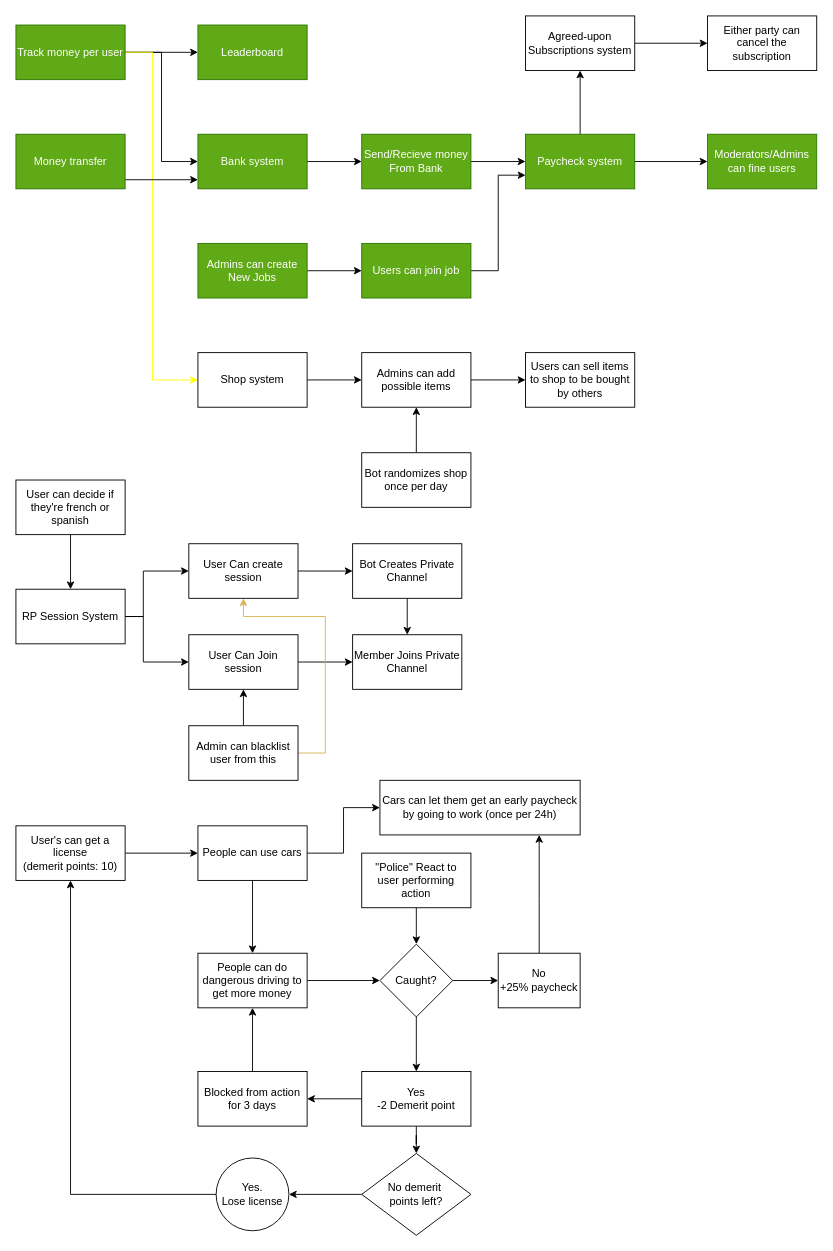
Before: documentation/roadmap.drawio in Ames-hub/Metrobot, a draw.io diagram. Source tidied: cells renumbered, new cells numbered last; positions are measured from the earlier drawing's top-left corner, leaving out a move shared by most shapes. Both pictures are drawn from the tidied source at 91%, with x=0, y=0 at pixel (15, 15).
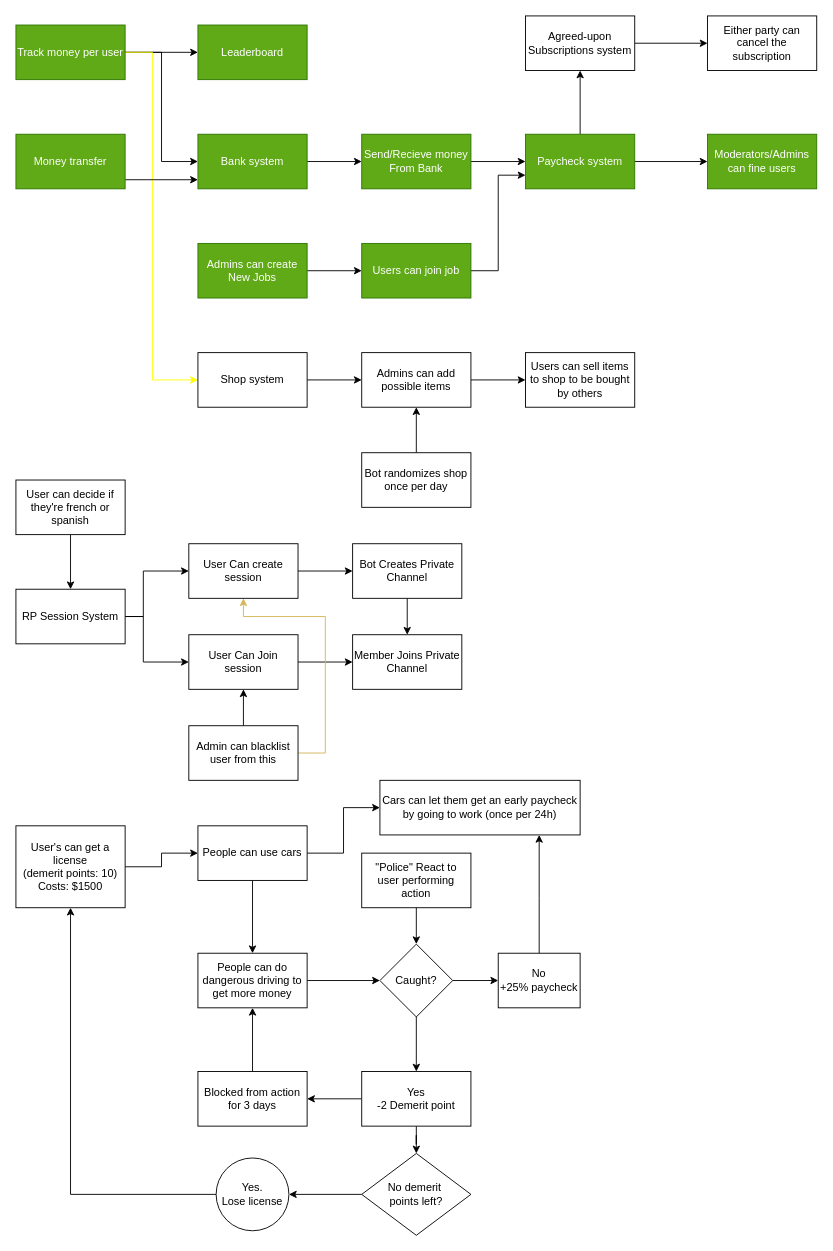
Above is the later version.

Change to the diagram source:
```diff
@@
-    <mxCell id="47" value="User's can get a license&lt;div&gt;(demerit points: 10)&lt;/div&gt;" style="rounded=0;whiteSpace=wrap;html=1;" parent="1" vertex="1">
-      <mxGeometry y="890" width="120" height="60" as="geometry" />
+    <mxCell id="47" value="User's can get a license&lt;div&gt;(demerit points: 10)&lt;/div&gt;&lt;div&gt;Costs: $1500&lt;/div&gt;" style="rounded=0;whiteSpace=wrap;html=1;" parent="1" vertex="1">
+      <mxGeometry y="890" width="120" height="90" as="geometry" />
     </mxCell>
```
